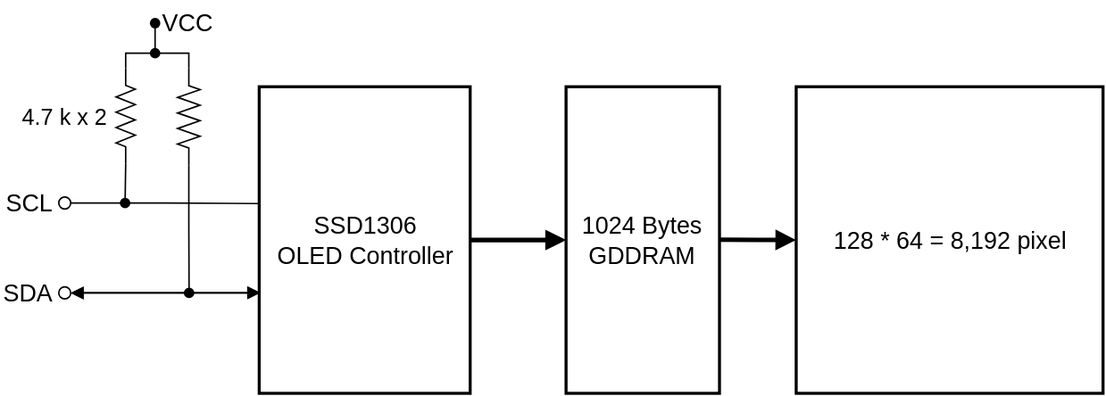
This is Images/SSD1306_I2C_Interface.svg from 016Rusneeda/Week-09-SPI-OLED-and-Kestrel-UI, a draw.io export, as it was before one commit. Source tidied: cells renumbered, new cells last; positions are measured from the earlier drawing's top-left corner, leaving out a move shared by most shapes. Its diagram source:
```xml
<mxGraphModel>
  <root>
    <mxCell id="0" />
    <mxCell id="1" parent="0" />
    <mxCell id="2" style="edgeStyle=orthogonalEdgeStyle;rounded=0;jettySize=auto;html=1;exitX=1;exitY=0.5;exitDx=0;exitDy=0;entryX=0;entryY=0.5;entryDx=0;entryDy=0;strokeWidth=3;endArrow=block;endFill=1;fontSize=16;" parent="1" edge="1" source="3" target="6">
      <mxGeometry relative="1" as="geometry" />
    </mxCell>
    <mxCell id="3" value="&lt;div&gt;SSD1306 &lt;br&gt;OLED Controller&lt;/div&gt;" style="whiteSpace=wrap;html=1;strokeWidth=2;fontSize=16;" parent="1" vertex="1">
      <mxGeometry x="173.9" y="57.8" width="140.7" height="204.6" as="geometry" />
    </mxCell>
    <mxCell id="4" value="SCL" style="text;html=1;whiteSpace=wrap;strokeColor=none;fillColor=none;align=right;verticalAlign=middle;rounded=0;fontSize=16;" parent="1" vertex="1">
      <mxGeometry x="0.4" y="115.8" width="38.4" height="38.4" as="geometry" />
    </mxCell>
    <mxCell id="5" value="SDA" style="text;html=1;whiteSpace=wrap;strokeColor=none;fillColor=none;align=right;verticalAlign=middle;rounded=0;fontSize=16;" parent="1" vertex="1">
      <mxGeometry x="0.4" y="175.8" width="38.4" height="38.4" as="geometry" />
    </mxCell>
    <mxCell id="6" value="&lt;div&gt;1024 Bytes &lt;br&gt;GDDRAM&lt;/div&gt;" style="whiteSpace=wrap;html=1;strokeWidth=2;fontSize=16;" parent="1" vertex="1">
      <mxGeometry x="378.5" y="57.8" width="102.3" height="204.6" as="geometry" />
    </mxCell>
    <mxCell id="7" value="&lt;div&gt;&lt;span style=&quot;background-color: transparent; color: light-dark(rgb(0, 0, 0), rgb(255, 255, 255));&quot;&gt;128 * 64 =&amp;nbsp;&lt;/span&gt;&lt;span style=&quot;background-color: transparent; color: light-dark(rgb(0, 0, 0), rgb(255, 255, 255));&quot;&gt;8,192&amp;nbsp;&lt;/span&gt;&lt;span style=&quot;background-color: transparent; color: light-dark(rgb(0, 0, 0), rgb(255, 255, 255));&quot;&gt;pixel&lt;/span&gt;&lt;/div&gt;" style="whiteSpace=wrap;html=1;strokeWidth=2;fontSize=16;" parent="1" vertex="1">
      <mxGeometry x="531.9" y="57.8" width="204.6" height="204.6" as="geometry" />
    </mxCell>
    <mxCell id="8" style="edgeStyle=orthogonalEdgeStyle;rounded=0;jettySize=auto;html=1;exitX=1;exitY=0.5;exitDx=0;exitDy=0;entryX=0;entryY=0.5;entryDx=0;entryDy=0;strokeWidth=3;endArrow=block;endFill=1;fontSize=16;" parent="1" edge="1" target="7">
      <mxGeometry relative="1" as="geometry">
        <mxPoint x="480.8" y="160" as="sourcePoint" />
      </mxGeometry>
    </mxCell>
    <mxCell id="9" style="edgeStyle=orthogonalEdgeStyle;rounded=0;jettySize=auto;html=1;exitX=1;exitY=0.5;exitDx=0;exitDy=0;exitPerimeter=0;endArrow=oval;endFill=1;" parent="1" edge="1" source="11">
      <mxGeometry relative="1" as="geometry">
        <mxPoint x="84" y="135" as="targetPoint" />
      </mxGeometry>
    </mxCell>
    <mxCell id="10" style="edgeStyle=orthogonalEdgeStyle;rounded=0;jettySize=auto;html=1;exitX=0;exitY=0.5;exitDx=0;exitDy=0;exitPerimeter=0;endArrow=oval;endFill=1;" parent="1" edge="1" source="11">
      <mxGeometry relative="1" as="geometry">
        <mxPoint x="104" y="35" as="targetPoint" />
        <Array as="points">
          <mxPoint x="84.4" y="35" />
        </Array>
      </mxGeometry>
    </mxCell>
    <mxCell id="11" style="verticalLabelPosition=bottom;shadow=0;dashed=0;align=center;html=1;verticalAlign=top;shape=mxgraph.electrical.resistors.resistor_2;direction=south;" parent="1" vertex="1">
      <mxGeometry x="78" y="45" width="12.8" height="63.9" as="geometry" />
    </mxCell>
    <mxCell id="12" style="edgeStyle=orthogonalEdgeStyle;rounded=0;jettySize=auto;html=1;exitX=1;exitY=0.5;exitDx=0;exitDy=0;exitPerimeter=0;endArrow=oval;endFill=1;" parent="1" edge="1" source="14">
      <mxGeometry relative="1" as="geometry">
        <mxPoint x="126.7" y="195" as="targetPoint" />
      </mxGeometry>
    </mxCell>
    <mxCell id="13" style="edgeStyle=orthogonalEdgeStyle;rounded=0;jettySize=auto;html=1;exitX=0;exitY=0.5;exitDx=0;exitDy=0;exitPerimeter=0;endArrow=oval;endFill=1;" parent="1" edge="1" source="14">
      <mxGeometry relative="1" as="geometry">
        <mxPoint x="104" y="15" as="targetPoint" />
        <Array as="points">
          <mxPoint x="126.5" y="35" />
        </Array>
      </mxGeometry>
    </mxCell>
    <mxCell id="14" style="verticalLabelPosition=bottom;shadow=0;dashed=0;align=center;html=1;verticalAlign=top;shape=mxgraph.electrical.resistors.resistor_2;direction=south;" parent="1" vertex="1">
      <mxGeometry x="119" y="45" width="15" height="65" as="geometry" />
    </mxCell>
    <mxCell id="15" style="verticalLabelPosition=bottom;shadow=0;dashed=0;align=center;html=1;verticalAlign=top;shape=mxgraph.electrical.logic_gates.inverting_contact;" parent="1" vertex="1">
      <mxGeometry x="38.8" y="130" width="10" height="10" as="geometry" />
    </mxCell>
    <mxCell id="16" style="edgeStyle=orthogonalEdgeStyle;rounded=0;jettySize=auto;html=1;exitX=0.9;exitY=0.5;exitDx=0;exitDy=0;exitPerimeter=0;entryX=0.002;entryY=0.379;entryDx=0;entryDy=0;entryPerimeter=0;endArrow=none;endFill=0;" parent="1" edge="1" source="15" target="3">
      <mxGeometry relative="1" as="geometry" />
    </mxCell>
    <mxCell id="17" style="verticalLabelPosition=bottom;shadow=0;dashed=0;align=center;html=1;verticalAlign=top;shape=mxgraph.electrical.logic_gates.inverting_contact;" parent="1" vertex="1">
      <mxGeometry x="38.8" y="190" width="10" height="10" as="geometry" />
    </mxCell>
    <mxCell id="18" style="edgeStyle=orthogonalEdgeStyle;rounded=0;jettySize=auto;html=1;exitX=0.9;exitY=0.5;exitDx=0;exitDy=0;exitPerimeter=0;entryX=0.003;entryY=0.67;entryDx=0;entryDy=0;entryPerimeter=0;endArrow=block;endFill=1;fontSize=16;startArrow=block;startFill=1;" parent="1" edge="1" source="17" target="3">
      <mxGeometry relative="1" as="geometry" />
    </mxCell>
    <mxCell id="19" style="edgeStyle=orthogonalEdgeStyle;rounded=0;jettySize=auto;html=1;exitX=0.9;exitY=0.5;exitDx=0;exitDy=0;exitPerimeter=0;endArrow=block;endFill=1;fontSize=16;startArrow=block;startFill=1;" parent="1" edge="1" source="17">
      <mxGeometry relative="1" as="geometry">
        <mxPoint x="174" y="194.9" as="targetPoint" />
      </mxGeometry>
    </mxCell>
    <mxCell id="20" value="VCC" style="text;html=1;whiteSpace=wrap;strokeColor=none;fillColor=none;align=center;verticalAlign=middle;rounded=0;fontSize=16;" parent="1" vertex="1">
      <mxGeometry x="96.5" width="60" height="30" as="geometry" />
    </mxCell>
    <mxCell id="21" value="4.7 k x 2" style="text;html=1;whiteSpace=wrap;strokeColor=none;fillColor=none;align=center;verticalAlign=middle;rounded=0;fontSize=15;" parent="1" vertex="1">
      <mxGeometry x="13.8" y="62" width="60" height="30" as="geometry" />
    </mxCell>
  </root>
</mxGraphModel>
```
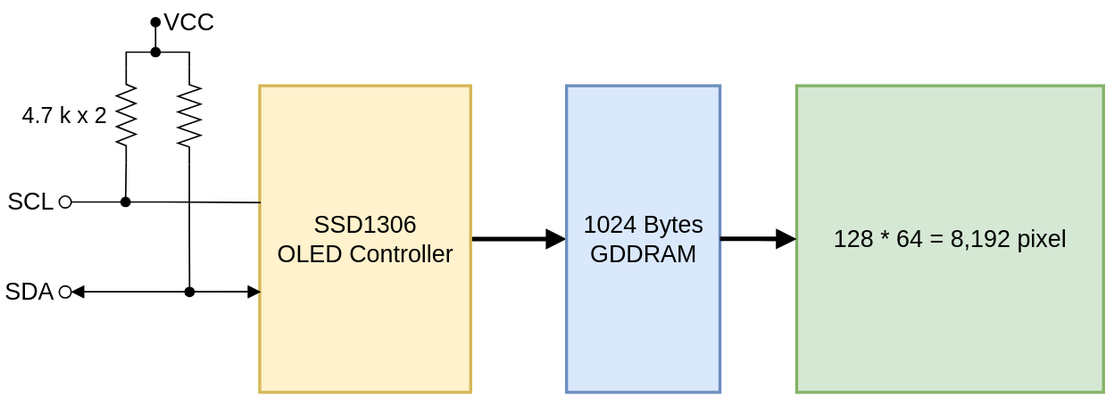
The same diagram one commit later.

Change to the diagram source:
```diff
@@ -5,7 +5,7 @@
     <mxCell id="2" style="edgeStyle=orthogonalEdgeStyle;rounded=0;jettySize=auto;html=1;exitX=1;exitY=0.5;exitDx=0;exitDy=0;entryX=0;entryY=0.5;entryDx=0;entryDy=0;strokeWidth=3;endArrow=block;endFill=1;fontSize=16;" parent="1" edge="1" source="3" target="6">
       <mxGeometry relative="1" as="geometry" />
     </mxCell>
-    <mxCell id="3" value="&lt;div&gt;SSD1306 &lt;br&gt;OLED Controller&lt;/div&gt;" style="whiteSpace=wrap;html=1;strokeWidth=2;fontSize=16;" parent="1" vertex="1">
+    <mxCell id="3" value="&lt;div&gt;SSD1306 &lt;br&gt;OLED Controller&lt;/div&gt;" style="whiteSpace=wrap;html=1;strokeWidth=2;fontSize=16;fillColor=#fff2cc;strokeColor=#d6b656;" parent="1" vertex="1">
       <mxGeometry x="173.9" y="57.8" width="140.7" height="204.6" as="geometry" />
     </mxCell>
     <mxCell id="4" value="SCL" style="text;html=1;whiteSpace=wrap;strokeColor=none;fillColor=none;align=right;verticalAlign=middle;rounded=0;fontSize=16;" parent="1" vertex="1">
@@ -14,10 +14,10 @@
     <mxCell id="5" value="SDA" style="text;html=1;whiteSpace=wrap;strokeColor=none;fillColor=none;align=right;verticalAlign=middle;rounded=0;fontSize=16;" parent="1" vertex="1">
       <mxGeometry x="0.4" y="175.8" width="38.4" height="38.4" as="geometry" />
     </mxCell>
-    <mxCell id="6" value="&lt;div&gt;1024 Bytes &lt;br&gt;GDDRAM&lt;/div&gt;" style="whiteSpace=wrap;html=1;strokeWidth=2;fontSize=16;" parent="1" vertex="1">
+    <mxCell id="6" value="&lt;div&gt;1024 Bytes &lt;br&gt;GDDRAM&lt;/div&gt;" style="whiteSpace=wrap;html=1;strokeWidth=2;fontSize=16;fillColor=#dae8fc;strokeColor=#6c8ebf;" parent="1" vertex="1">
       <mxGeometry x="378.5" y="57.8" width="102.3" height="204.6" as="geometry" />
     </mxCell>
-    <mxCell id="7" value="&lt;div&gt;&lt;span style=&quot;background-color: transparent; color: light-dark(rgb(0, 0, 0), rgb(255, 255, 255));&quot;&gt;128 * 64 =&amp;nbsp;&lt;/span&gt;&lt;span style=&quot;background-color: transparent; color: light-dark(rgb(0, 0, 0), rgb(255, 255, 255));&quot;&gt;8,192&amp;nbsp;&lt;/span&gt;&lt;span style=&quot;background-color: transparent; color: light-dark(rgb(0, 0, 0), rgb(255, 255, 255));&quot;&gt;pixel&lt;/span&gt;&lt;/div&gt;" style="whiteSpace=wrap;html=1;strokeWidth=2;fontSize=16;" parent="1" vertex="1">
+    <mxCell id="7" value="&lt;div&gt;&lt;span style=&quot;background-color: transparent; color: light-dark(rgb(0, 0, 0), rgb(255, 255, 255));&quot;&gt;128 * 64 =&amp;nbsp;&lt;/span&gt;&lt;span style=&quot;background-color: transparent; color: light-dark(rgb(0, 0, 0), rgb(255, 255, 255));&quot;&gt;8,192&amp;nbsp;&lt;/span&gt;&lt;span style=&quot;background-color: transparent; color: light-dark(rgb(0, 0, 0), rgb(255, 255, 255));&quot;&gt;pixel&lt;/span&gt;&lt;/div&gt;" style="whiteSpace=wrap;html=1;strokeWidth=2;fontSize=16;fillColor=#d5e8d4;strokeColor=#82b366;" parent="1" vertex="1">
       <mxGeometry x="531.9" y="57.8" width="204.6" height="204.6" as="geometry" />
     </mxCell>
     <mxCell id="8" style="edgeStyle=orthogonalEdgeStyle;rounded=0;jettySize=auto;html=1;exitX=1;exitY=0.5;exitDx=0;exitDy=0;entryX=0;entryY=0.5;entryDx=0;entryDy=0;strokeWidth=3;endArrow=block;endFill=1;fontSize=16;" parent="1" edge="1" target="7">
```
